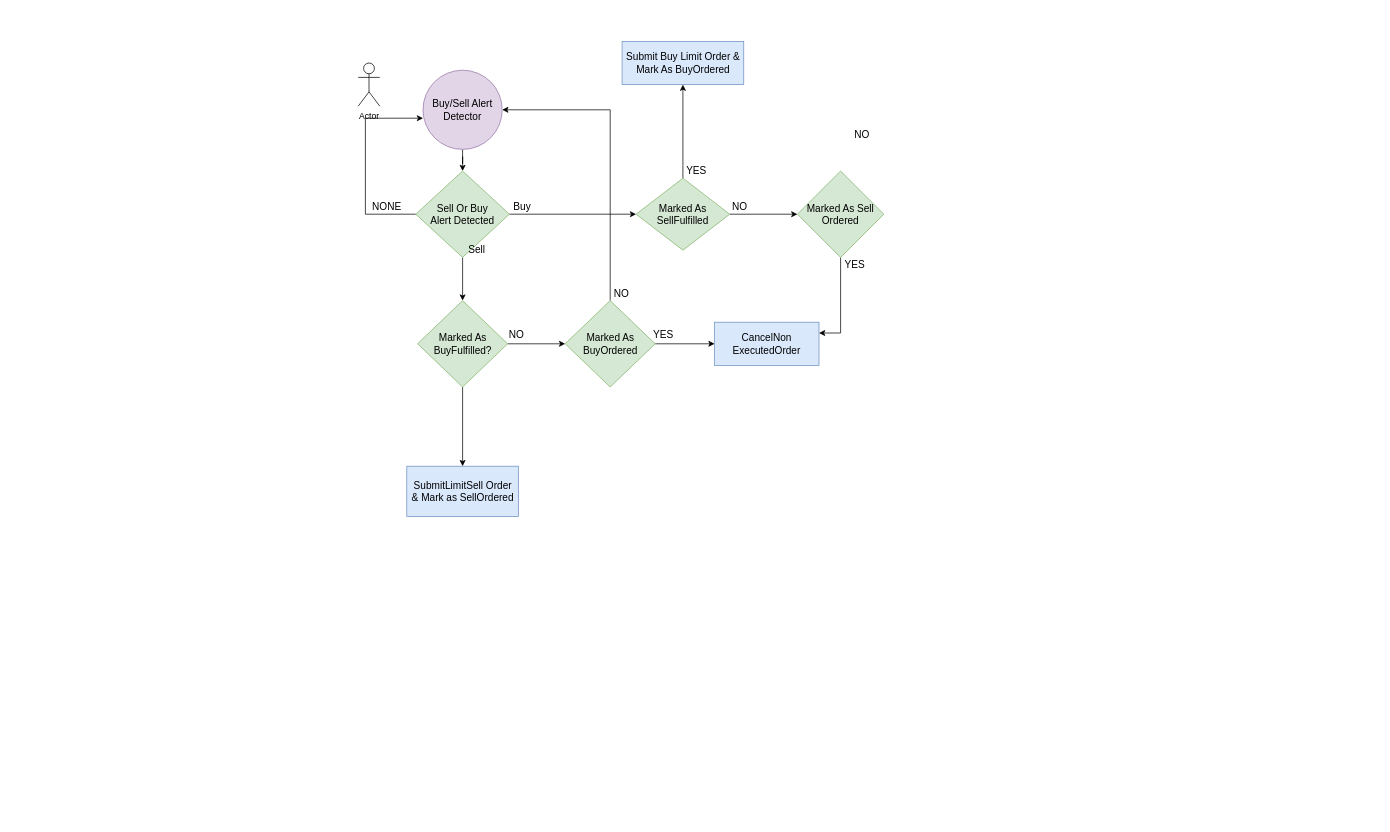
Before: SuperTrend.drawio in haroonjoblo/fulljs, a draw.io diagram. Source tidied: cells renumbered, new cells numbered last; positions are measured from the earlier drawing's top-left corner, leaving out a move shared by most shapes. Both pictures are drawn from the tidied source at 72%, with x=0, y=0 at pixel (358, 41).
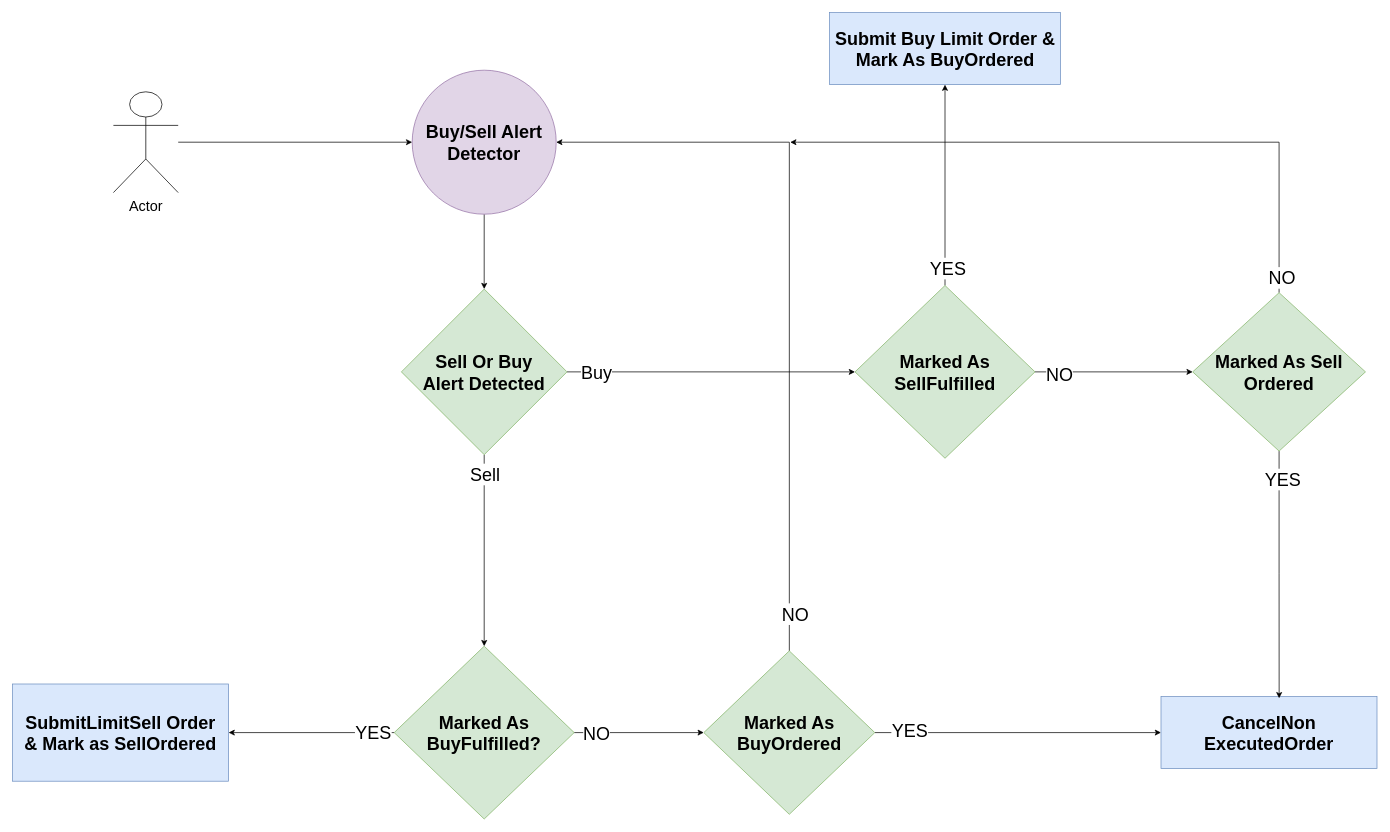
Above is the later version.

The edit, as a diff of the source:
```diff
@@
+    <mxCell id="33" style="edgeStyle=orthogonalEdgeStyle;rounded=0;jettySize=auto;html=1;entryX=0;entryY=0.5;entryDx=0;entryDy=0;fontSize=25;" parent="1" edge="1" source="2" target="4">
+      <mxGeometry relative="1" as="geometry" />
+    </mxCell>
-    <mxCell id="2" value="Actor" style="shape=umlActor;verticalLabelPosition=bottom;verticalAlign=top;html=1;outlineConnect=0;" parent="1" vertex="1">
-      <mxGeometry y="30" width="30" height="60" as="geometry" />
+    <mxCell id="2" value="Actor" style="shape=umlActor;verticalLabelPosition=bottom;verticalAlign=top;html=1;outlineConnect=0;fontSize=20;" parent="1" vertex="1">
+      <mxGeometry x="-340" y="70" width="90" height="140" as="geometry" />
     </mxCell>
-    <mxCell id="3" style="edgeStyle=orthogonalEdgeStyle;rounded=0;jettySize=auto;html=1;" parent="1" edge="1" source="4" target="8">
+    <mxCell id="3" style="edgeStyle=orthogonalEdgeStyle;rounded=0;jettySize=auto;html=1;fontSize=25;" parent="1" edge="1" source="4" target="8">
       <mxGeometry relative="1" as="geometry" />
     </mxCell>
-    <mxCell id="4" value="&lt;span style=&quot;font-size: 14px;&quot;&gt;Buy/Sell Alert Detector&lt;/span&gt;" style="ellipse;whiteSpace=wrap;html=1;fillColor=#e1d5e7;strokeColor=#9673a6;fontSize=14;" parent="1" vertex="1">
-      <mxGeometry x="90" y="40" width="110" height="110" as="geometry" />
+    <mxCell id="4" value="&lt;span style=&quot;font-size: 25px;&quot;&gt;Buy/Sell Alert Detector&lt;/span&gt;" style="ellipse;whiteSpace=wrap;html=1;fillColor=#e1d5e7;strokeColor=#9673a6;fontSize=25;fontStyle=1;" parent="1" vertex="1">
+      <mxGeometry x="75" y="40" width="200" height="200" as="geometry" />
     </mxCell>
-    <mxCell id="5" style="edgeStyle=orthogonalEdgeStyle;rounded=0;jettySize=auto;html=1;entryX=0.001;entryY=0.606;entryDx=0;entryDy=0;entryPerimeter=0;" parent="1" edge="1" source="8" target="4">
-      <mxGeometry relative="1" as="geometry">
-        <Array as="points">
-          <mxPoint x="10" y="240" />
-          <mxPoint x="10" y="107" />
-        </Array>
-      </mxGeometry>
-    </mxCell>
-    <mxCell id="6" style="edgeStyle=orthogonalEdgeStyle;rounded=0;jettySize=auto;html=1;fontSize=14;" parent="1" edge="1" source="8" target="13">
+    <mxCell id="6" style="edgeStyle=orthogonalEdgeStyle;rounded=0;jettySize=auto;html=1;fontSize=20;" parent="1" edge="1" source="8" target="13">
       <mxGeometry relative="1" as="geometry" />
     </mxCell>
+    <mxCell id="10" value="Sell" style="edgeLabel;html=1;align=center;verticalAlign=middle;fontSize=25;" parent="6" vertex="1">
+      <mxGeometry x="-0.34" y="-6" relative="1" as="geometry">
+        <mxPoint x="6" y="-62" as="offset" />
+      </mxGeometry>
+    </mxCell>
-    <mxCell id="7" style="edgeStyle=orthogonalEdgeStyle;rounded=0;jettySize=auto;html=1;fontSize=14;" parent="1" edge="1" source="8" target="24">
+    <mxCell id="7" style="edgeStyle=orthogonalEdgeStyle;rounded=0;jettySize=auto;html=1;fontSize=20;" parent="1" edge="1" source="8" target="24">
       <mxGeometry relative="1" as="geometry" />
     </mxCell>
+    <mxCell id="25" value="Buy" style="edgeLabel;html=1;align=center;verticalAlign=middle;fontSize=25;" parent="7" vertex="1">
+      <mxGeometry x="-0.74" y="4" relative="1" as="geometry">
+        <mxPoint x="-12" y="4" as="offset" />
+      </mxGeometry>
+    </mxCell>
-    <mxCell id="8" value="Sell Or Buy &lt;br&gt;Alert Detected" style="rhombus;whiteSpace=wrap;html=1;strokeColor=#82b366;fillColor=#d5e8d4;fontSize=14;" parent="1" vertex="1">
-      <mxGeometry x="80" y="180" width="130" height="120" as="geometry" />
+    <mxCell id="8" value="Sell Or Buy &lt;br style=&quot;font-size: 25px;&quot;&gt;Alert Detected" style="rhombus;whiteSpace=wrap;html=1;strokeColor=#82b366;fillColor=#d5e8d4;fontSize=25;fontStyle=1;" parent="1" vertex="1">
+      <mxGeometry x="60" y="344" width="230" height="230" as="geometry" />
     </mxCell>
-    <mxCell id="9" value="NONE" style="text;html=1;strokeColor=none;fillColor=none;align=center;verticalAlign=middle;whiteSpace=wrap;rounded=0;fontSize=14;" parent="1" vertex="1">
-      <mxGeometry x="20" y="220" width="40" height="20" as="geometry" />
-    </mxCell>
-    <mxCell id="10" value="Sell" style="text;html=1;strokeColor=none;fillColor=none;align=center;verticalAlign=middle;whiteSpace=wrap;rounded=0;fontSize=14;" parent="1" vertex="1">
-      <mxGeometry x="145" y="280" width="40" height="20" as="geometry" />
-    </mxCell>
-    <mxCell id="11" style="edgeStyle=orthogonalEdgeStyle;rounded=0;jettySize=auto;html=1;fontSize=14;" parent="1" edge="1" source="13" target="17">
+    <mxCell id="11" style="edgeStyle=orthogonalEdgeStyle;rounded=0;jettySize=auto;html=1;fontSize=20;" parent="1" edge="1" source="13" target="17">
       <mxGeometry relative="1" as="geometry" />
     </mxCell>
+    <mxCell id="34" value="NO" style="edgeLabel;html=1;align=center;verticalAlign=middle;fontSize=25;" parent="11" vertex="1">
+      <mxGeometry x="-0.88" y="-5" relative="1" as="geometry">
+        <mxPoint x="19" y="-5" as="offset" />
+      </mxGeometry>
+    </mxCell>
-    <mxCell id="12" style="edgeStyle=orthogonalEdgeStyle;rounded=0;jettySize=auto;html=1;fontSize=14;" parent="1" edge="1" source="13" target="21">
+    <mxCell id="12" style="edgeStyle=orthogonalEdgeStyle;rounded=0;jettySize=auto;html=1;fontSize=20;" parent="1" edge="1" source="13" target="21">
       <mxGeometry relative="1" as="geometry" />
     </mxCell>
+    <mxCell id="35" value="YES" style="edgeLabel;html=1;align=center;verticalAlign=middle;fontSize=25;" parent="12" vertex="1">
+      <mxGeometry x="-0.73" y="-2" relative="1" as="geometry">
+        <mxPoint x="1" as="offset" />
+      </mxGeometry>
+    </mxCell>
-    <mxCell id="13" value="Marked As BuyFulfilled?" style="rhombus;whiteSpace=wrap;html=1;strokeColor=#82b366;fillColor=#d5e8d4;fontSize=14;" parent="1" vertex="1">
-      <mxGeometry x="82.5" y="360" width="125" height="120" as="geometry" />
+    <mxCell id="13" value="Marked As BuyFulfilled?" style="rhombus;whiteSpace=wrap;html=1;strokeColor=#82b366;fillColor=#d5e8d4;fontSize=25;fontStyle=1;" parent="1" vertex="1">
+      <mxGeometry x="50" y="840" width="250" height="240" as="geometry" />
     </mxCell>
-    <mxCell id="14" value="NO" style="text;html=1;strokeColor=none;fillColor=none;align=center;verticalAlign=middle;whiteSpace=wrap;rounded=0;fontSize=14;" parent="1" vertex="1">
-      <mxGeometry x="200" y="398" width="40" height="20" as="geometry" />
-    </mxCell>
-    <mxCell id="15" style="edgeStyle=orthogonalEdgeStyle;rounded=0;jettySize=auto;html=1;fontSize=14;" parent="1" edge="1" source="17" target="18">
-      <mxGeometry relative="1" as="geometry" />
+    <mxCell id="15" style="edgeStyle=orthogonalEdgeStyle;rounded=0;jettySize=auto;html=1;fontSize=20;" parent="1" edge="1" source="17" target="18">
+      <mxGeometry relative="1" as="geometry">
+        <Array as="points">
+          <mxPoint x="770" y="960" />
+          <mxPoint x="770" y="960" />
+        </Array>
+      </mxGeometry>
     </mxCell>
+    <mxCell id="36" value="YES" style="edgeLabel;html=1;align=center;verticalAlign=middle;fontSize=25;" parent="15" vertex="1">
+      <mxGeometry x="-0.8" y="4" relative="1" as="geometry">
+        <mxPoint x="8" as="offset" />
+      </mxGeometry>
+    </mxCell>
-    <mxCell id="16" style="edgeStyle=orthogonalEdgeStyle;rounded=0;jettySize=auto;html=1;fontSize=14;entryX=1;entryY=0.5;entryDx=0;entryDy=0;" parent="1" edge="1" source="17" target="4">
+    <mxCell id="16" style="edgeStyle=orthogonalEdgeStyle;rounded=0;jettySize=auto;html=1;fontSize=20;entryX=1;entryY=0.5;entryDx=0;entryDy=0;" parent="1" edge="1" source="17" target="4">
       <mxGeometry relative="1" as="geometry">
         <Array as="points">
-          <mxPoint x="350" y="95" />
+          <mxPoint x="599" y="140" />
         </Array>
       </mxGeometry>
     </mxCell>
+    <mxCell id="37" value="NO" style="edgeLabel;html=1;align=center;verticalAlign=middle;fontSize=25;" parent="16" vertex="1">
+      <mxGeometry x="-0.9" y="-8" relative="1" as="geometry" />
+    </mxCell>
-    <mxCell id="17" value="Marked As BuyOrdered" style="rhombus;whiteSpace=wrap;html=1;strokeColor=#82b366;fillColor=#d5e8d4;fontSize=14;" parent="1" vertex="1">
-      <mxGeometry x="287.5" y="360" width="125" height="120" as="geometry" />
+    <mxCell id="17" value="Marked As BuyOrdered" style="rhombus;whiteSpace=wrap;html=1;strokeColor=#82b366;fillColor=#d5e8d4;fontSize=25;fontStyle=1;" parent="1" vertex="1">
+      <mxGeometry x="480" y="846.5" width="237.5" height="227" as="geometry" />
     </mxCell>
-    <mxCell id="18" value="CancelNon ExecutedOrder" style="whiteSpace=wrap;html=1;fontSize=14;strokeColor=#6c8ebf;fillColor=#dae8fc;" parent="1" vertex="1">
-      <mxGeometry x="495" y="390" width="145" height="60" as="geometry" />
+    <mxCell id="18" value="CancelNon ExecutedOrder" style="whiteSpace=wrap;html=1;fontSize=25;strokeColor=#6c8ebf;fillColor=#dae8fc;fontStyle=1;" parent="1" vertex="1">
+      <mxGeometry x="1115" y="910" width="300" height="100" as="geometry" />
     </mxCell>
-    <mxCell id="19" value="YES" style="text;html=1;strokeColor=none;fillColor=none;align=center;verticalAlign=middle;whiteSpace=wrap;rounded=0;fontSize=14;" parent="1" vertex="1">
-      <mxGeometry x="404" y="398" width="40" height="20" as="geometry" />
-    </mxCell>
-    <mxCell id="20" value="NO" style="text;html=1;strokeColor=none;fillColor=none;align=center;verticalAlign=middle;whiteSpace=wrap;rounded=0;fontSize=14;" parent="1" vertex="1">
-      <mxGeometry x="346" y="340" width="40" height="20" as="geometry" />
-    </mxCell>
-    <mxCell id="21" value="SubmitLimitSell Order&lt;br&gt;&amp;amp; Mark as SellOrdered" style="whiteSpace=wrap;html=1;fontSize=14;strokeColor=#6c8ebf;fillColor=#dae8fc;" parent="1" vertex="1">
-      <mxGeometry x="67.5" y="590" width="155" height="70" as="geometry" />
+    <mxCell id="21" value="SubmitLimitSell Order&lt;br style=&quot;font-size: 25px;&quot;&gt;&amp;amp; Mark as SellOrdered" style="whiteSpace=wrap;html=1;fontSize=25;strokeColor=#6c8ebf;fillColor=#dae8fc;fontStyle=1;" parent="1" vertex="1">
+      <mxGeometry x="-480" y="892.5" width="300" height="135" as="geometry" />
     </mxCell>
+    <mxCell id="23" style="edgeStyle=orthogonalEdgeStyle;rounded=0;jettySize=auto;html=1;fontSize=20;" parent="1" edge="1" source="24" target="29">
+      <mxGeometry relative="1" as="geometry" />
+    </mxCell>
+    <mxCell id="38" value="YES" style="edgeLabel;html=1;align=center;verticalAlign=middle;fontSize=25;" parent="23" vertex="1">
+      <mxGeometry x="-0.82" y="-3" relative="1" as="geometry" />
+    </mxCell>
-    <mxCell id="22" style="edgeStyle=orthogonalEdgeStyle;rounded=0;jettySize=auto;html=1;fontSize=14;" parent="1" edge="1" source="24" target="27">
+    <mxCell id="22" style="edgeStyle=orthogonalEdgeStyle;rounded=0;jettySize=auto;html=1;entryX=0;entryY=0.5;entryDx=0;entryDy=0;fontSize=25;" parent="1" edge="1" source="24" target="27">
       <mxGeometry relative="1" as="geometry" />
     </mxCell>
-    <mxCell id="23" style="edgeStyle=orthogonalEdgeStyle;rounded=0;jettySize=auto;html=1;fontSize=14;" parent="1" edge="1" source="24" target="29">
-      <mxGeometry relative="1" as="geometry" />
-    </mxCell>
+    <mxCell id="39" value="NO" style="edgeLabel;html=1;align=center;verticalAlign=middle;fontSize=25;" parent="22" vertex="1">
+      <mxGeometry x="-0.82" y="-2" relative="1" as="geometry">
+        <mxPoint x="13" as="offset" />
+      </mxGeometry>
+    </mxCell>
-    <mxCell id="24" value="Marked As SellFulfilled" style="rhombus;whiteSpace=wrap;html=1;strokeColor=#82b366;fillColor=#d5e8d4;fontSize=14;" parent="1" vertex="1">
-      <mxGeometry x="386" y="190" width="130" height="100" as="geometry" />
+    <mxCell id="24" value="Marked As SellFulfilled" style="rhombus;whiteSpace=wrap;html=1;strokeColor=#82b366;fillColor=#d5e8d4;fontSize=25;fontStyle=1;" parent="1" vertex="1">
+      <mxGeometry x="690" y="339" width="250" height="240" as="geometry" />
     </mxCell>
-    <mxCell id="25" value="Buy" style="text;html=1;strokeColor=none;fillColor=none;align=center;verticalAlign=middle;whiteSpace=wrap;rounded=0;fontSize=14;" parent="1" vertex="1">
-      <mxGeometry x="207.5" y="220" width="40" height="20" as="geometry" />
-    </mxCell>
-    <mxCell id="26" style="edgeStyle=orthogonalEdgeStyle;rounded=0;jettySize=auto;html=1;entryX=1;entryY=0.25;entryDx=0;entryDy=0;fontSize=14;" parent="1" edge="1" source="27" target="18">
+    <mxCell id="26" style="edgeStyle=orthogonalEdgeStyle;rounded=0;jettySize=auto;html=1;entryX=0.547;entryY=0.023;entryDx=0;entryDy=0;entryPerimeter=0;fontSize=25;" parent="1" edge="1" source="27" target="18">
       <mxGeometry relative="1" as="geometry" />
     </mxCell>
+    <mxCell id="40" value="YES" style="edgeLabel;html=1;align=center;verticalAlign=middle;fontSize=25;" parent="26" vertex="1">
+      <mxGeometry x="-0.77" y="4" relative="1" as="geometry">
+        <mxPoint y="-1" as="offset" />
+      </mxGeometry>
+    </mxCell>
+    <mxCell id="41" style="edgeStyle=orthogonalEdgeStyle;rounded=0;jettySize=auto;html=1;fontSize=25;" parent="1" edge="1" source="27">
+      <mxGeometry relative="1" as="geometry">
+        <mxPoint x="600" y="140" as="targetPoint" />
+        <Array as="points">
+          <mxPoint x="1279" y="140" />
+          <mxPoint x="610" y="140" />
+        </Array>
+      </mxGeometry>
+    </mxCell>
+    <mxCell id="42" value="NO" style="edgeLabel;html=1;align=center;verticalAlign=middle;fontSize=25;" parent="41" vertex="1">
+      <mxGeometry x="-0.95" y="-3" relative="1" as="geometry" />
+    </mxCell>
-    <mxCell id="27" value="Marked As Sell Ordered" style="rhombus;whiteSpace=wrap;html=1;fontSize=14;strokeColor=#82b366;fillColor=#d5e8d4;" parent="1" vertex="1">
-      <mxGeometry x="610" y="180" width="120" height="120" as="geometry" />
+    <mxCell id="27" value="Marked As Sell Ordered" style="rhombus;whiteSpace=wrap;html=1;fontSize=25;strokeColor=#82b366;fillColor=#d5e8d4;fontStyle=1;" parent="1" vertex="1">
+      <mxGeometry x="1159" y="349" width="240" height="220" as="geometry" />
     </mxCell>
-    <mxCell id="28" value="NO" style="text;html=1;strokeColor=none;fillColor=none;align=center;verticalAlign=middle;whiteSpace=wrap;rounded=0;fontSize=14;" parent="1" vertex="1">
-      <mxGeometry x="510" y="220" width="40" height="20" as="geometry" />
-    </mxCell>
-    <mxCell id="29" value="Submit Buy Limit Order &amp;amp; Mark As BuyOrdered" style="whiteSpace=wrap;html=1;fontSize=14;strokeColor=#6c8ebf;fillColor=#dae8fc;" parent="1" vertex="1">
-      <mxGeometry x="366.5" width="169" height="60" as="geometry" />
+    <mxCell id="29" value="Submit Buy Limit Order &amp;amp; Mark As BuyOrdered" style="whiteSpace=wrap;html=1;fontSize=25;strokeColor=#6c8ebf;fillColor=#dae8fc;fontStyle=1;" parent="1" vertex="1">
+      <mxGeometry x="654.5" y="-40" width="321" height="100" as="geometry" />
     </mxCell>
-    <mxCell id="30" value="YES" style="text;html=1;strokeColor=none;fillColor=none;align=center;verticalAlign=middle;whiteSpace=wrap;rounded=0;fontSize=14;" parent="1" vertex="1">
-      <mxGeometry x="450" y="170" width="40" height="20" as="geometry" />
-    </mxCell>
-    <mxCell id="31" value="NO" style="text;html=1;strokeColor=none;fillColor=none;align=center;verticalAlign=middle;whiteSpace=wrap;rounded=0;fontSize=14;" parent="1" vertex="1">
-      <mxGeometry x="680" y="120" width="40" height="20" as="geometry" />
-    </mxCell>
-    <mxCell id="32" value="YES" style="text;html=1;strokeColor=none;fillColor=none;align=center;verticalAlign=middle;whiteSpace=wrap;rounded=0;fontSize=14;" parent="1" vertex="1">
-      <mxGeometry x="670" y="300" width="40" height="20" as="geometry" />
-    </mxCell>
```
